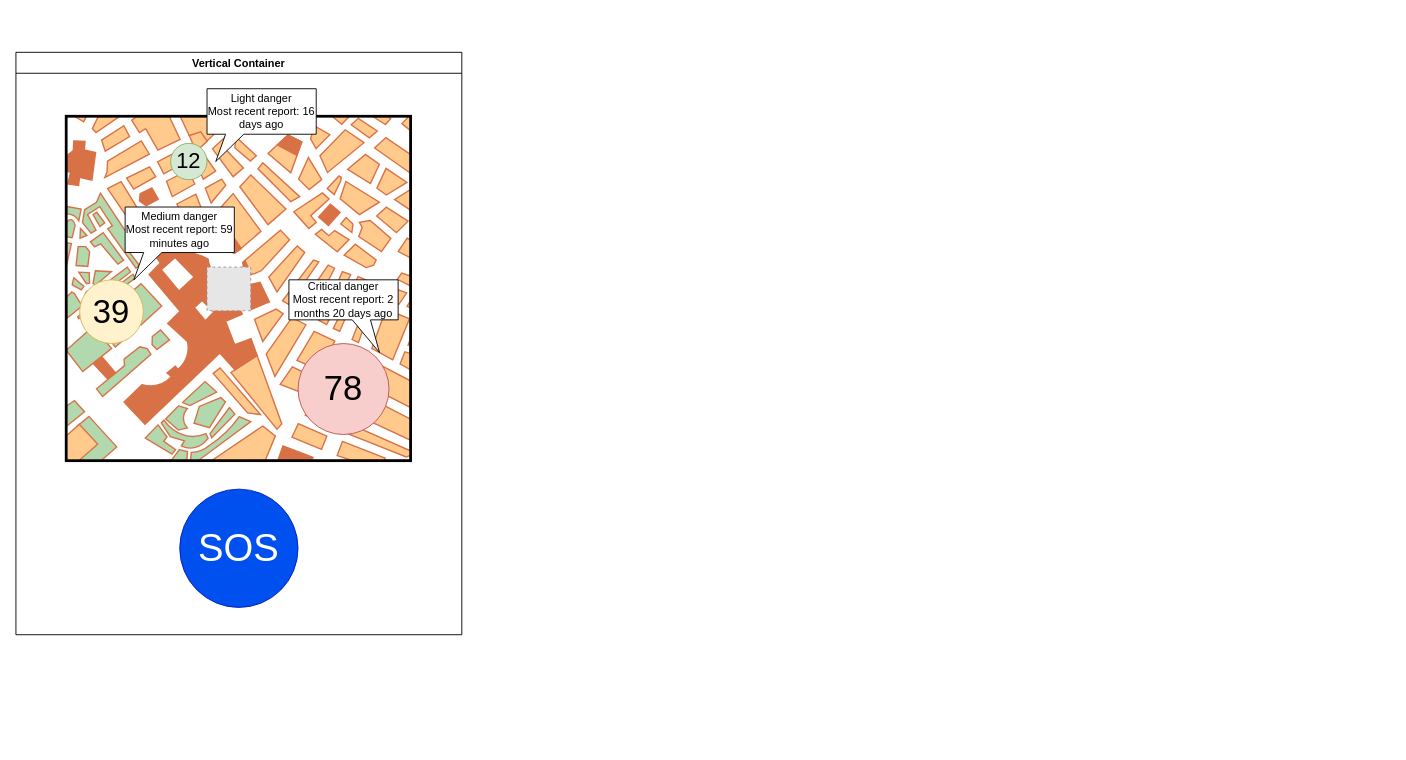
The draw.io diagram Untitled Diagram.drawio in AbsoluteZero-cmd/seasons-react-project, before the edit. Source tidied: cells renumbered, new cells numbered last; positions are measured from the earlier drawing's top-left corner, leaving out a move shared by most shapes. Both pictures are drawn from the tidied source at 91%, with x=0, y=0 at pixel (15, 52). Pictures stored in the file or linked from it are replaced by grey dashed boxes.
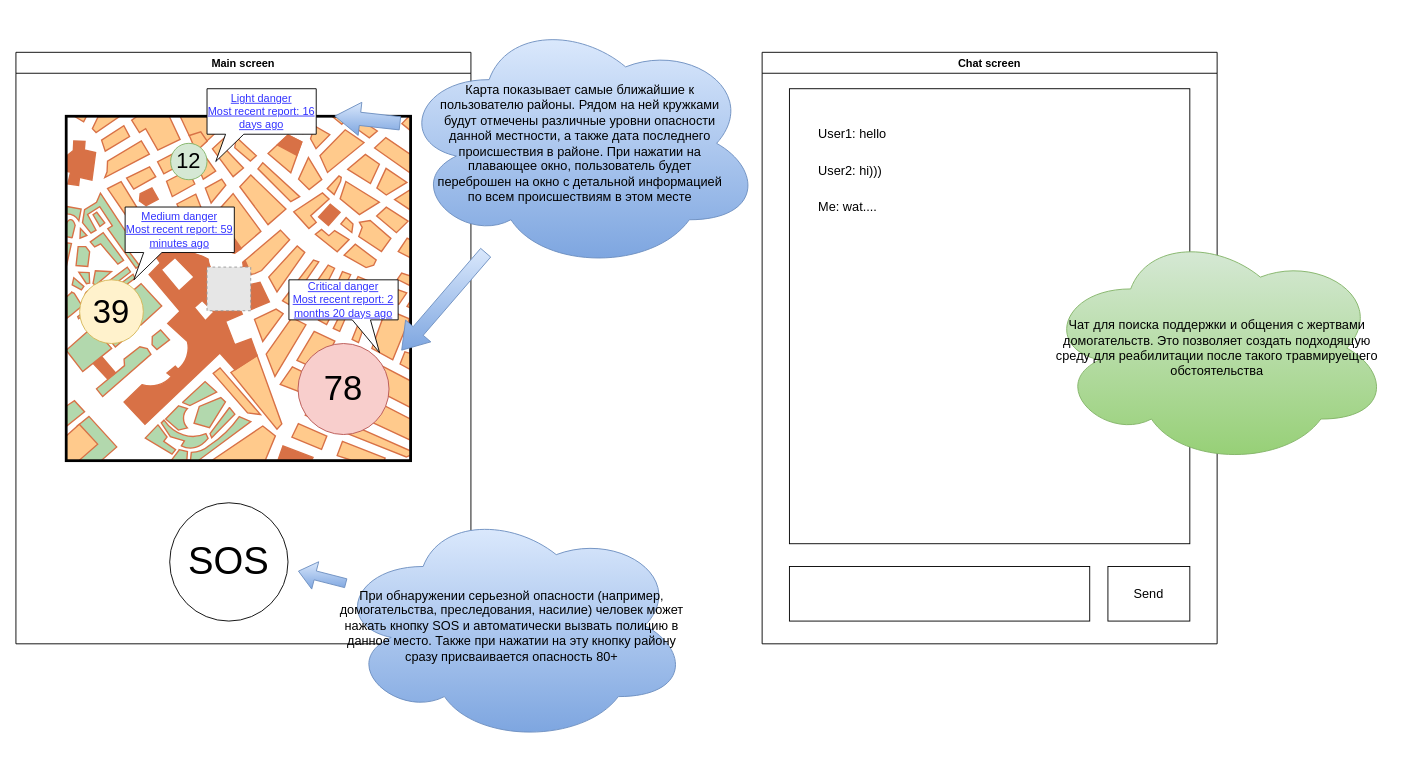
The same page after the edit.

The change refers to these unchanged cells:
```xml
<mxCell id="3" style="verticalLabelPosition=bottom;shadow=0;dashed=0;align=center;html=1;verticalAlign=top;strokeWidth=1;shape=mxgraph.mockup.misc.map;" parent="2" vertex="1">
  <mxGeometry x="55" y="70" width="380" height="380" as="geometry" />
</mxCell>
```

What changed in the source:
```diff
@@
-    <mxCell id="2" value="Vertical Container" style="swimlane;" parent="1" vertex="1">
-      <mxGeometry width="490" height="640" as="geometry" />
+    <mxCell id="2" value="Main screen" style="swimlane;" parent="1" vertex="1">
+      <mxGeometry width="500" height="650" as="geometry" />
     </mxCell>
@@
-    <mxCell id="4" value="SOS" style="ellipse;whiteSpace=wrap;html=1;fontSize=42;fillColor=#0050ef;strokeColor=#001DBC;fontColor=#ffffff;" parent="2" vertex="1">
-      <mxGeometry x="180" y="480" width="130" height="130" as="geometry" />
+    <mxCell id="4" value="SOS" style="ellipse;whiteSpace=wrap;html=1;fontSize=42;" parent="2" vertex="1">
+      <mxGeometry x="169" y="495" width="130" height="130" as="geometry" />
     </mxCell>
@@
-    <mxCell id="9" value="Light danger&lt;br style=&quot;font-size: 12px;&quot;&gt;Most recent report: 16 days ago" style="shape=callout;whiteSpace=wrap;html=1;perimeter=calloutPerimeter;fontSize=12;position2=0.08;size=30;position=0.17;" parent="2" vertex="1">
+    <mxCell id="9" value="Light danger&lt;br style=&quot;font-size: 12px;&quot;&gt;Most recent report: 16 days ago" style="shape=callout;whiteSpace=wrap;html=1;perimeter=calloutPerimeter;fontSize=12;position2=0.08;size=30;position=0.17;fontStyle=4;fontColor=#3333FF;" parent="2" vertex="1">
       <mxGeometry x="210" y="40" width="120" height="80" as="geometry" />
     </mxCell>
-    <mxCell id="10" value="Medium danger&lt;br style=&quot;font-size: 12px;&quot;&gt;Most recent report: 59 minutes ago" style="shape=callout;whiteSpace=wrap;html=1;perimeter=calloutPerimeter;fontSize=12;position2=0.08;size=30;position=0.17;" parent="2" vertex="1">
+    <mxCell id="10" value="Medium danger&lt;br style=&quot;font-size: 12px;&quot;&gt;Most recent report: 59 minutes ago" style="shape=callout;whiteSpace=wrap;html=1;perimeter=calloutPerimeter;fontSize=12;position2=0.08;size=30;position=0.17;fontColor=#3333FF;fontStyle=4;" parent="2" vertex="1">
       <mxGeometry x="120" y="170" width="120" height="80" as="geometry" />
     </mxCell>
-    <mxCell id="11" value="Critical danger&lt;br&gt;Most recent report: 2 months 20 days ago" style="shape=callout;whiteSpace=wrap;html=1;perimeter=calloutPerimeter;fontSize=12;position2=0.83;size=36;position=0.58;base=20;" parent="2" vertex="1">
+    <mxCell id="11" value="Critical danger&lt;br&gt;Most recent report: 2 months 20 days ago" style="shape=callout;whiteSpace=wrap;html=1;perimeter=calloutPerimeter;fontSize=12;position2=0.83;size=36;position=0.58;base=20;fontColor=#3333FF;fontStyle=4;" parent="2" vertex="1">
       <mxGeometry x="300" y="250" width="120" height="80" as="geometry" />
     </mxCell>
+    <mxCell id="12" value="При обнаружении серьезной опасности (например, домогательства, преследования, насилие) человек может нажать кнопку SOS и автоматически вызвать полицию в данное место. Также при нажатии на эту кнопку району сразу присваивается опасность 80+" style="ellipse;shape=cloud;whiteSpace=wrap;html=1;fontSize=14;fillColor=#dae8fc;gradientColor=#7ea6e0;strokeColor=#6c8ebf;" parent="2" vertex="1">
+      <mxGeometry x="350" y="500" width="390" height="260" as="geometry" />
+    </mxCell>
+    <mxCell id="13" value="Карта показывает самые ближайшие к пользователю районы. Рядом на ней кружками будут отмечены различные уровни опасности данной местности, а также дата последнего происшествия в районе. При нажатии на плавающее окно, пользователь будет переброшен на окно с детальной информацией по всем происшествиям в этом месте" style="ellipse;shape=cloud;whiteSpace=wrap;html=1;fontSize=14;fillColor=#dae8fc;gradientColor=#7ea6e0;strokeColor=#6c8ebf;spacing=40;" parent="1" vertex="1">
+      <mxGeometry x="420" y="-40" width="400" height="280" as="geometry" />
+    </mxCell>
+    <mxCell id="14" style="shape=flexArrow;endArrow=classic;html=1;rounded=0;fontSize=12;width=14.583333333333334;endSize=8.925;endWidth=21.006944444444443;fillColor=#dae8fc;strokeColor=#6c8ebf;gradientColor=#7ea6e0;" parent="1" edge="1" source="13">
+      <mxGeometry relative="1" as="geometry">
+        <mxPoint x="350" y="70" as="targetPoint" />
+      </mxGeometry>
+    </mxCell>
+    <mxCell id="15" style="shape=flexArrow;endArrow=classic;html=1;rounded=0;fontSize=12;width=14.583333333333334;endSize=8.925;endWidth=21.006944444444443;fillColor=#dae8fc;strokeColor=#6c8ebf;gradientColor=#7ea6e0;entryX=0.97;entryY=0.678;entryDx=0;entryDy=0;entryPerimeter=0;" parent="1" edge="1" source="13" target="3">
+      <mxGeometry relative="1" as="geometry" />
+    </mxCell>
+    <mxCell id="16" style="shape=flexArrow;endArrow=classic;html=1;rounded=0;fontSize=14;fontColor=#3333FF;fillColor=#dae8fc;gradientColor=#7ea6e0;strokeColor=#6c8ebf;" parent="1" edge="1" source="12">
+      <mxGeometry relative="1" as="geometry">
+        <mxPoint x="310" y="570" as="targetPoint" />
+      </mxGeometry>
+    </mxCell>
+    <mxCell id="17" value="Chat screen" style="swimlane;" parent="1" vertex="1">
+      <mxGeometry x="820" width="500" height="650" as="geometry" />
+    </mxCell>
+    <mxCell id="18" style="rounded=0;whiteSpace=wrap;html=1;fontSize=14;fontColor=#3333FF;" parent="17" vertex="1">
+      <mxGeometry x="30" y="40" width="440" height="500" as="geometry" />
+    </mxCell>
+    <mxCell id="19" style="rounded=0;whiteSpace=wrap;html=1;fontSize=14;fontColor=#3333FF;" parent="17" vertex="1">
+      <mxGeometry x="30" y="565" width="330" height="60" as="geometry" />
+    </mxCell>
+    <mxCell id="20" value="Send" style="rounded=0;whiteSpace=wrap;html=1;fontSize=14;fontColor=#000000;" parent="17" vertex="1">
+      <mxGeometry x="380" y="565" width="90" height="60" as="geometry" />
+    </mxCell>
+    <mxCell id="21" value="User1: hello" style="text;html=1;strokeColor=none;fillColor=none;align=left;verticalAlign=middle;whiteSpace=wrap;rounded=0;fontSize=14;fontColor=#000000;textDirection=ltr;" parent="17" vertex="1">
+      <mxGeometry x="60" y="75" width="310" height="30" as="geometry" />
+    </mxCell>
+    <mxCell id="22" value="User2: hi)))" style="text;html=1;strokeColor=none;fillColor=none;align=left;verticalAlign=middle;whiteSpace=wrap;rounded=0;fontSize=14;fontColor=#000000;textDirection=ltr;" parent="17" vertex="1">
+      <mxGeometry x="60" y="115" width="310" height="30" as="geometry" />
+    </mxCell>
+    <mxCell id="23" value="Me: wat...." style="text;html=1;strokeColor=none;fillColor=none;align=left;verticalAlign=middle;whiteSpace=wrap;rounded=0;fontSize=14;fontColor=#000000;textDirection=ltr;" parent="17" vertex="1">
+      <mxGeometry x="60" y="155" width="310" height="30" as="geometry" />
+    </mxCell>
+    <mxCell id="24" value="Чат для поиска поддержки и общения с жертвами домогательств. Это позволяет создать подходящую среду для реабилитации после такого травмируещего обстоятельства" style="ellipse;shape=cloud;whiteSpace=wrap;html=1;fontSize=14;fillColor=#d5e8d4;gradientColor=#97d077;strokeColor=#82b366;" parent="1" vertex="1">
+      <mxGeometry x="1130" y="195" width="380" height="260" as="geometry" />
+    </mxCell>
```
